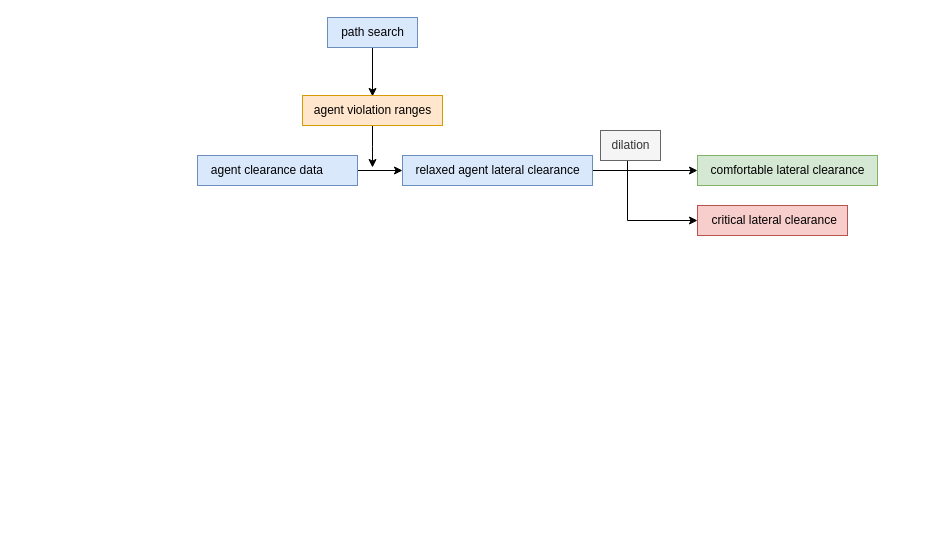
CHH3213/diagrams_flow-chart keeps this draw.io diagram as Untitled Diagram.drawio. Above is the earlier version. Source tidied: cells renumbered, new cells numbered last; positions are measured from the earlier drawing's top-left corner, leaving out a move shared by most shapes. Both pictures are drawn from the tidied source at 100%, with x=0, y=0 at pixel (197, 17).
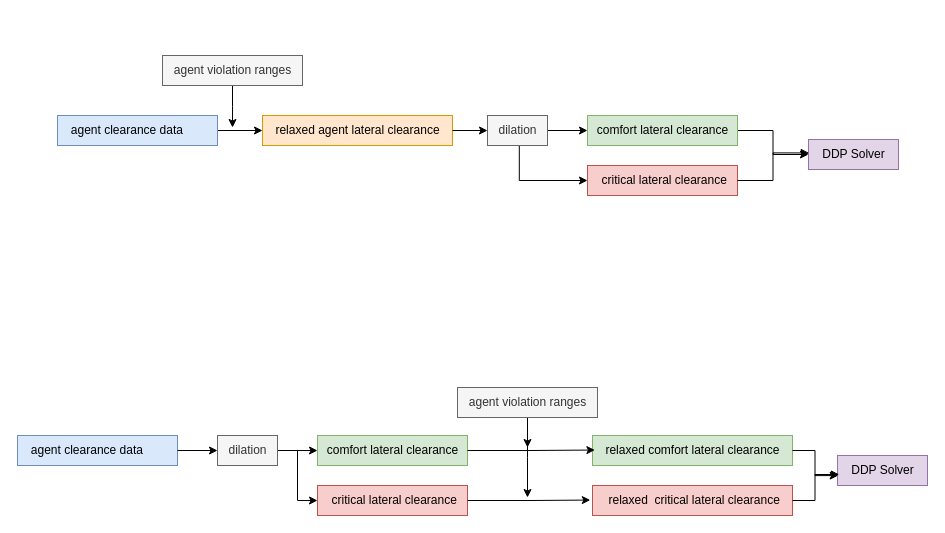
The same diagram, later.

Change to the diagram source:
```diff
@@
     <mxCell id="3" value="agent clearance data&lt;span style=&quot;white-space: pre;&quot;&gt;&#9;&lt;/span&gt;" style="text;html=1;align=center;verticalAlign=middle;points=[];fillColor=#dae8fc;strokeColor=#6c8ebf;" parent="1" vertex="1">
-      <mxGeometry y="138" width="160" height="30" as="geometry" />
+      <mxGeometry x="-140" y="98" width="160" height="30" as="geometry" />
     </mxCell>
-    <mxCell id="4" style="edgeStyle=orthogonalEdgeStyle;rounded=0;jettySize=auto;html=1;" parent="1" edge="1" source="5" target="8">
+    <mxCell id="4" style="edgeStyle=orthogonalEdgeStyle;rounded=0;jettySize=auto;html=1;" parent="1" edge="1" source="10" target="8">
       <mxGeometry relative="1" as="geometry" />
     </mxCell>
-    <mxCell id="5" value="relaxed agent lateral clearance" style="text;html=1;align=center;verticalAlign=middle;points=[];strokeColor=#6c8ebf;fillColor=#dae8fc;" parent="1" vertex="1">
-      <mxGeometry x="205" y="138" width="190" height="30" as="geometry" />
+    <mxCell id="5" value="relaxed agent lateral clearance" style="text;html=1;align=center;verticalAlign=middle;points=[];fillColor=#ffe6cc;strokeColor=#d79b00;" parent="1" vertex="1">
+      <mxGeometry x="65" y="98" width="190" height="30" as="geometry" />
     </mxCell>
-    <mxCell id="6" style="edgeStyle=orthogonalEdgeStyle;rounded=0;jettySize=auto;html=1;entryX=0.5;entryY=0.033;entryDx=0;entryDy=0;entryPerimeter=0;" parent="1" edge="1" source="7" target="13">
-      <mxGeometry relative="1" as="geometry" />
-    </mxCell>
-    <mxCell id="7" value="path search" style="text;html=1;align=center;verticalAlign=middle;points=[];strokeColor=#6c8ebf;fillColor=#dae8fc;" parent="1" vertex="1">
-      <mxGeometry x="130" width="90" height="30" as="geometry" />
-    </mxCell>
+    <mxCell id="14" style="edgeStyle=orthogonalEdgeStyle;rounded=0;jettySize=auto;html=1;" parent="1" edge="1" source="8" target="26">
+      <mxGeometry relative="1" as="geometry" />
+    </mxCell>
-    <mxCell id="8" value="comfortable lateral clearance" style="text;html=1;align=center;verticalAlign=middle;points=[];strokeColor=#82b366;fillColor=#d5e8d4;" parent="1" vertex="1">
-      <mxGeometry x="500" y="138" width="180" height="30" as="geometry" />
+    <mxCell id="8" value="comfort lateral clearance" style="text;html=1;align=center;verticalAlign=middle;points=[];strokeColor=#82b366;fillColor=#d5e8d4;" parent="1" vertex="1">
+      <mxGeometry x="390" y="98" width="150" height="30" as="geometry" />
     </mxCell>
-    <mxCell id="9" style="edgeStyle=orthogonalEdgeStyle;rounded=0;jettySize=auto;html=1;" parent="1" edge="1" source="10" target="11">
+    <mxCell id="9" style="edgeStyle=orthogonalEdgeStyle;rounded=0;jettySize=auto;html=1;exitX=0.53;exitY=1.004;exitDx=0;exitDy=0;exitPerimeter=0;" parent="1" edge="1" source="10" target="11">
       <mxGeometry relative="1" as="geometry">
         <Array as="points">
-          <mxPoint x="430" y="203" />
+          <mxPoint x="322" y="163" />
         </Array>
       </mxGeometry>
     </mxCell>
-    <mxCell id="10" value="dilation" style="text;html=1;align=center;verticalAlign=middle;points=[];strokeColor=#666666;fillColor=#f5f5f5;fontColor=#333333;" parent="1" vertex="1">
-      <mxGeometry x="403" y="113" width="60" height="30" as="geometry" />
-    </mxCell>
     <mxCell id="11" value="&amp;nbsp;critical lateral clearance" style="text;html=1;align=center;verticalAlign=middle;points=[];strokeColor=#b85450;fillColor=#f8cecc;" parent="1" vertex="1">
-      <mxGeometry x="500" y="188" width="150" height="30" as="geometry" />
+      <mxGeometry x="390" y="148" width="150" height="30" as="geometry" />
     </mxCell>
     <mxCell id="12" style="edgeStyle=orthogonalEdgeStyle;rounded=0;jettySize=auto;html=1;" parent="1" edge="1" source="13">
       <mxGeometry relative="1" as="geometry">
-        <mxPoint x="175" y="150" as="targetPoint" />
+        <mxPoint x="35" y="110" as="targetPoint" />
       </mxGeometry>
     </mxCell>
-    <mxCell id="13" value="agent violation ranges" style="text;html=1;align=center;verticalAlign=middle;points=[];strokeColor=#d79b00;fillColor=#ffe6cc;" parent="1" vertex="1">
-      <mxGeometry x="105" y="78" width="140" height="30" as="geometry" />
+    <mxCell id="13" value="agent violation ranges" style="text;html=1;align=center;verticalAlign=middle;points=[];strokeColor=#666666;fillColor=#f5f5f5;fontColor=#333333;" parent="1" vertex="1">
+      <mxGeometry x="-35" y="38" width="140" height="30" as="geometry" />
     </mxCell>
+    <mxCell id="15" style="edgeStyle=orthogonalEdgeStyle;rounded=0;jettySize=auto;html=1;" parent="1" edge="1" source="24" target="17">
+      <mxGeometry relative="1" as="geometry" />
+    </mxCell>
+    <mxCell id="16" value="agent clearance data&lt;span style=&quot;white-space: pre;&quot;&gt;&#9;&lt;/span&gt;" style="text;html=1;align=center;verticalAlign=middle;points=[];fillColor=#dae8fc;strokeColor=#6c8ebf;" parent="1" vertex="1">
+      <mxGeometry x="-180" y="418" width="160" height="30" as="geometry" />
+    </mxCell>
+    <mxCell id="17" value="comfort lateral clearance" style="text;html=1;align=center;verticalAlign=middle;points=[];strokeColor=#82b366;fillColor=#d5e8d4;" parent="1" vertex="1">
+      <mxGeometry x="120" y="418" width="150" height="30" as="geometry" />
+    </mxCell>
+    <mxCell id="18" style="edgeStyle=orthogonalEdgeStyle;rounded=0;jettySize=auto;html=1;" parent="1" edge="1" source="24" target="19">
+      <mxGeometry relative="1" as="geometry">
+        <Array as="points">
+          <mxPoint x="100" y="433" />
+          <mxPoint x="100" y="483" />
+        </Array>
+      </mxGeometry>
+    </mxCell>
+    <mxCell id="19" value="&amp;nbsp;critical lateral clearance" style="text;html=1;align=center;verticalAlign=middle;points=[];strokeColor=#b85450;fillColor=#f8cecc;" parent="1" vertex="1">
+      <mxGeometry x="120" y="468" width="150" height="30" as="geometry" />
+    </mxCell>
+    <mxCell id="20" style="edgeStyle=orthogonalEdgeStyle;rounded=0;jettySize=auto;html=1;" parent="1" edge="1" source="22">
+      <mxGeometry relative="1" as="geometry">
+        <mxPoint x="330" y="430" as="targetPoint" />
+      </mxGeometry>
+    </mxCell>
+    <mxCell id="21" style="edgeStyle=orthogonalEdgeStyle;rounded=0;jettySize=auto;html=1;" parent="1" edge="1" source="22">
+      <mxGeometry relative="1" as="geometry">
+        <mxPoint x="330" y="480" as="targetPoint" />
+      </mxGeometry>
+    </mxCell>
+    <mxCell id="22" value="agent violation ranges" style="text;html=1;align=center;verticalAlign=middle;points=[];strokeColor=#666666;fillColor=#f5f5f5;fontColor=#333333;" parent="1" vertex="1">
+      <mxGeometry x="260" y="370" width="140" height="30" as="geometry" />
+    </mxCell>
+    <mxCell id="23" style="edgeStyle=orthogonalEdgeStyle;rounded=0;jettySize=auto;html=1;" parent="1" edge="1" source="16" target="24">
+      <mxGeometry relative="1" as="geometry" />
+    </mxCell>
+    <mxCell id="24" value="dilation" style="text;html=1;align=center;verticalAlign=middle;points=[];strokeColor=#666666;fillColor=#f5f5f5;fontColor=#333333;" parent="1" vertex="1">
+      <mxGeometry x="20" y="418" width="60" height="30" as="geometry" />
+    </mxCell>
+    <mxCell id="25" style="edgeStyle=orthogonalEdgeStyle;rounded=0;jettySize=auto;html=1;" parent="1" edge="1" source="5" target="10">
+      <mxGeometry relative="1" as="geometry" />
+    </mxCell>
+    <mxCell id="10" value="dilation" style="text;html=1;align=center;verticalAlign=middle;points=[];strokeColor=#666666;fillColor=#f5f5f5;fontColor=#333333;" parent="1" vertex="1">
+      <mxGeometry x="290" y="98" width="60" height="30" as="geometry" />
+    </mxCell>
+    <mxCell id="26" value="DDP Solver" style="text;html=1;align=center;verticalAlign=middle;points=[];fillColor=#e1d5e7;strokeColor=#9673a6;" parent="1" vertex="1">
+      <mxGeometry x="611" y="122" width="90" height="30" as="geometry" />
+    </mxCell>
+    <mxCell id="27" style="edgeStyle=orthogonalEdgeStyle;rounded=0;jettySize=auto;html=1;entryX=0.007;entryY=0.448;entryDx=0;entryDy=0;entryPerimeter=0;" parent="1" edge="1" source="11" target="26">
+      <mxGeometry relative="1" as="geometry" />
+    </mxCell>
+    <mxCell id="28" value="relaxed comfort lateral clearance" style="text;html=1;align=center;verticalAlign=middle;points=[];strokeColor=#82b366;fillColor=#d5e8d4;" parent="1" vertex="1">
+      <mxGeometry x="395" y="418" width="200" height="30" as="geometry" />
+    </mxCell>
+    <mxCell id="29" value="&amp;nbsp;relaxed&amp;nbsp; critical lateral clearance" style="text;html=1;align=center;verticalAlign=middle;points=[];strokeColor=#b85450;fillColor=#f8cecc;" parent="1" vertex="1">
+      <mxGeometry x="395" y="468" width="200" height="30" as="geometry" />
+    </mxCell>
+    <mxCell id="30" value="DDP Solver" style="text;html=1;align=center;verticalAlign=middle;points=[];fillColor=#e1d5e7;strokeColor=#9673a6;" parent="1" vertex="1">
+      <mxGeometry x="640" y="438" width="90" height="30" as="geometry" />
+    </mxCell>
+    <mxCell id="31" style="edgeStyle=orthogonalEdgeStyle;rounded=0;jettySize=auto;html=1;entryX=0.012;entryY=0.485;entryDx=0;entryDy=0;entryPerimeter=0;" parent="1" edge="1" source="17" target="28">
+      <mxGeometry relative="1" as="geometry" />
+    </mxCell>
+    <mxCell id="32" style="edgeStyle=orthogonalEdgeStyle;rounded=0;jettySize=auto;html=1;entryX=-0.011;entryY=0.485;entryDx=0;entryDy=0;entryPerimeter=0;" parent="1" edge="1" source="19" target="29">
+      <mxGeometry relative="1" as="geometry" />
+    </mxCell>
+    <mxCell id="33" style="edgeStyle=orthogonalEdgeStyle;rounded=0;jettySize=auto;html=1;entryX=0.007;entryY=0.67;entryDx=0;entryDy=0;entryPerimeter=0;" parent="1" edge="1" source="28" target="30">
+      <mxGeometry relative="1" as="geometry" />
+    </mxCell>
+    <mxCell id="34" style="edgeStyle=orthogonalEdgeStyle;rounded=0;jettySize=auto;html=1;entryX=0.02;entryY=0.633;entryDx=0;entryDy=0;entryPerimeter=0;" parent="1" edge="1" source="29" target="30">
+      <mxGeometry relative="1" as="geometry" />
+    </mxCell>
```
